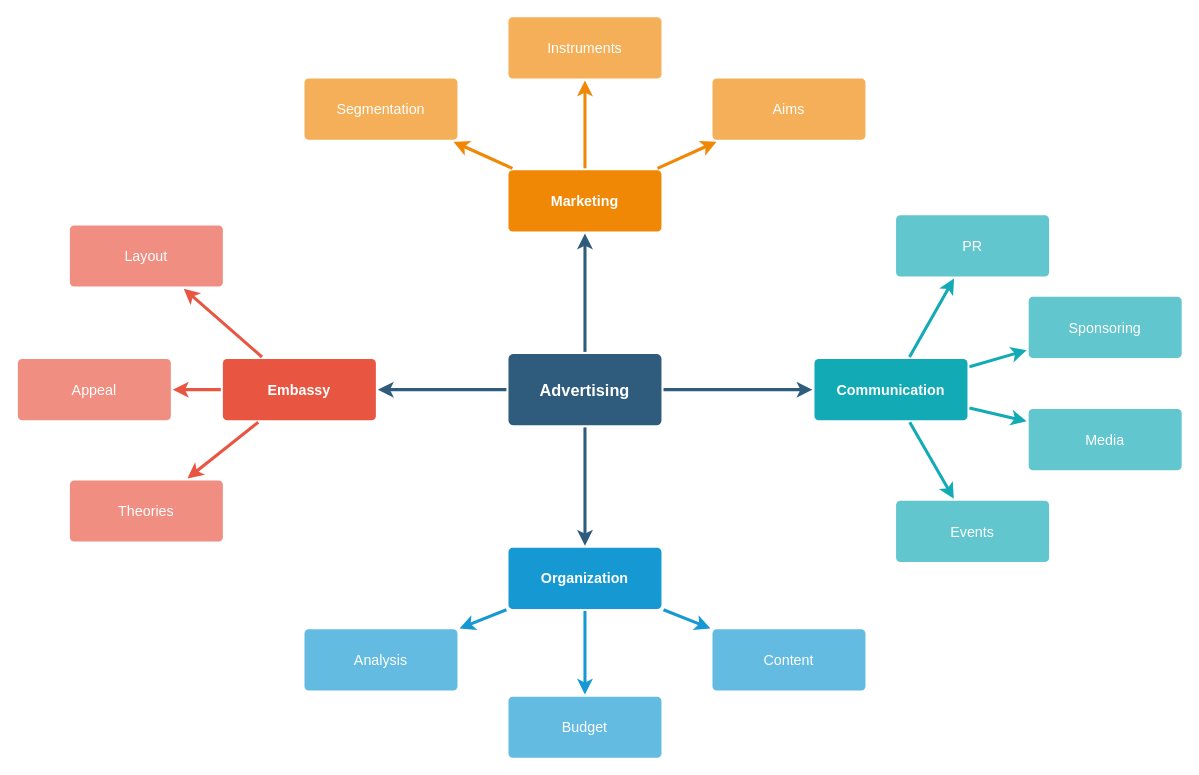
Earlier version of the draw.io diagram page "1-研究内容思维导图" (1 of 2) of Untitled Diagram.drawio (ScarboroughCoral/Draw.io.Storage). Source tidied: cells renumbered, new cells numbered last; positions are measured from the earlier drawing's top-left corner, leaving out a move shared by most shapes. Both pictures are drawn from the tidied source at 102%, with x=0, y=0 at pixel (17, 16).
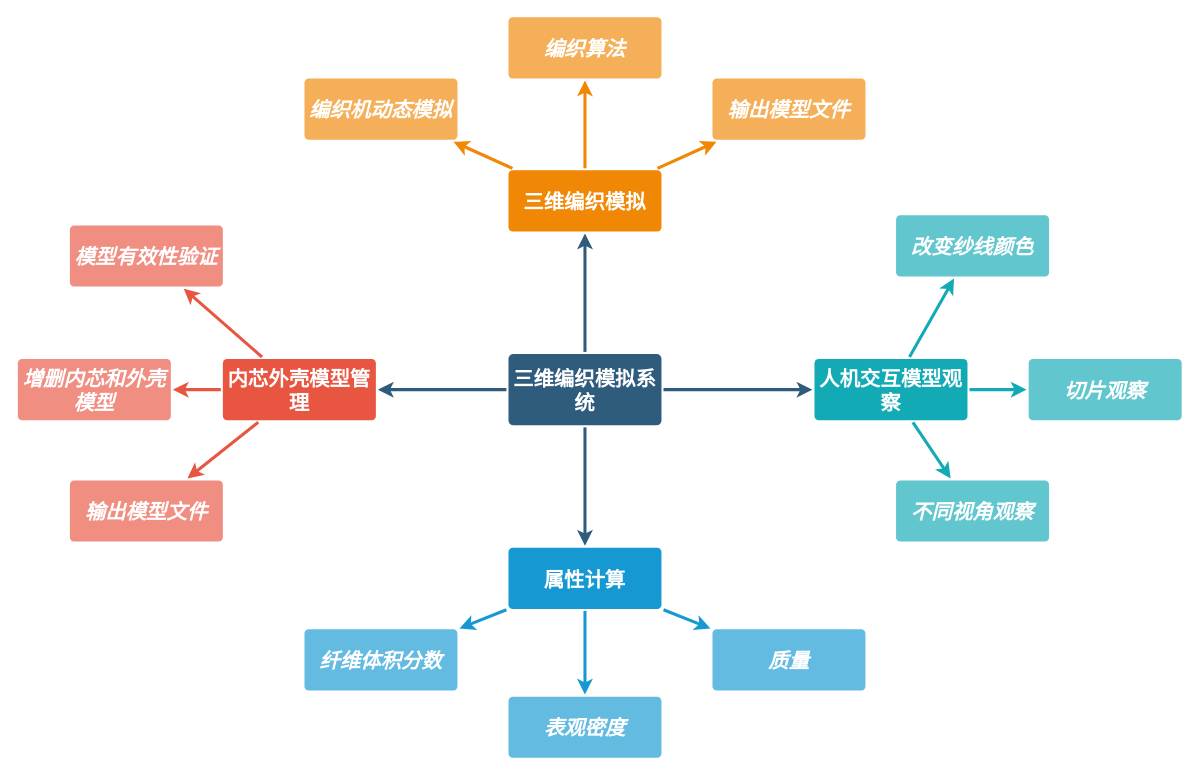
The same page after the edit.

What changed in the source:
```diff
@@
-    <mxCell id="2" style="edgeStyle=none;rounded=0;jumpStyle=none;html=1;shadow=0;labelBackgroundColor=none;startArrow=none;startFill=0;endArrow=classic;endFill=1;jettySize=auto;strokeColor=#2F5B7C;strokeWidth=3;fontFamily=Helvetica;fontSize=16;fontColor=#23445D;spacing=5;" parent="1" edge="1" source="6" target="21">
+    <mxCell id="2" style="edgeStyle=none;rounded=0;jumpStyle=none;html=1;shadow=0;labelBackgroundColor=none;startArrow=none;startFill=0;endArrow=classic;endFill=1;jettySize=auto;strokeColor=#2F5B7C;strokeWidth=3;fontFamily=Helvetica;fontSize=20;fontColor=#23445D;spacing=5;fontStyle=3;" parent="1" edge="1" source="6" target="21">
       <mxGeometry relative="1" as="geometry" />
     </mxCell>
-    <mxCell id="3" style="edgeStyle=none;rounded=0;jumpStyle=none;html=1;shadow=0;labelBackgroundColor=none;startArrow=none;startFill=0;endArrow=classic;endFill=1;jettySize=auto;strokeColor=#2F5B7C;strokeWidth=3;fontFamily=Helvetica;fontSize=16;fontColor=#23445D;spacing=5;" parent="1" edge="1" source="6" target="28">
+    <mxCell id="3" style="edgeStyle=none;rounded=0;jumpStyle=none;html=1;shadow=0;labelBackgroundColor=none;startArrow=none;startFill=0;endArrow=classic;endFill=1;jettySize=auto;strokeColor=#2F5B7C;strokeWidth=3;fontFamily=Helvetica;fontSize=20;fontColor=#23445D;spacing=5;fontStyle=3;" parent="1" edge="1" source="6" target="28">
       <mxGeometry relative="1" as="geometry" />
     </mxCell>
-    <mxCell id="4" style="edgeStyle=none;rounded=0;jumpStyle=none;html=1;shadow=0;labelBackgroundColor=none;startArrow=none;startFill=0;endArrow=classic;endFill=1;jettySize=auto;strokeColor=#2F5B7C;strokeWidth=3;fontFamily=Helvetica;fontSize=16;fontColor=#23445D;spacing=5;" parent="1" edge="1" source="6" target="17">
+    <mxCell id="4" style="edgeStyle=none;rounded=0;jumpStyle=none;html=1;shadow=0;labelBackgroundColor=none;startArrow=none;startFill=0;endArrow=classic;endFill=1;jettySize=auto;strokeColor=#2F5B7C;strokeWidth=3;fontFamily=Helvetica;fontSize=20;fontColor=#23445D;spacing=5;fontStyle=3;" parent="1" edge="1" source="6" target="17">
       <mxGeometry relative="1" as="geometry" />
     </mxCell>
-    <mxCell id="5" style="edgeStyle=none;rounded=0;jumpStyle=none;html=1;shadow=0;labelBackgroundColor=none;startArrow=none;startFill=0;endArrow=classic;endFill=1;jettySize=auto;strokeColor=#2F5B7C;strokeWidth=3;fontFamily=Helvetica;fontSize=16;fontColor=#23445D;spacing=5;" parent="1" edge="1" source="6" target="10">
+    <mxCell id="5" style="edgeStyle=none;rounded=0;jumpStyle=none;html=1;shadow=0;labelBackgroundColor=none;startArrow=none;startFill=0;endArrow=classic;endFill=1;jettySize=auto;strokeColor=#2F5B7C;strokeWidth=3;fontFamily=Helvetica;fontSize=20;fontColor=#23445D;spacing=5;fontStyle=3;" parent="1" edge="1" source="6" target="10">
       <mxGeometry relative="1" as="geometry" />
     </mxCell>
-    <mxCell id="6" value="Advertising" style="rounded=1;whiteSpace=wrap;html=1;shadow=0;labelBackgroundColor=none;strokeColor=none;strokeWidth=3;fillColor=#2F5B7C;fontFamily=Helvetica;fontSize=16;fontColor=#FFFFFF;align=center;fontStyle=1;spacing=5;arcSize=7;perimeterSpacing=2;" parent="1" vertex="1">
+    <mxCell id="6" value="三维编织模拟系统" style="rounded=1;whiteSpace=wrap;html=1;shadow=0;labelBackgroundColor=none;strokeColor=none;strokeWidth=3;fillColor=#2F5B7C;fontFamily=Helvetica;fontSize=20;fontColor=#FFFFFF;align=center;fontStyle=1;spacing=5;arcSize=7;perimeterSpacing=2;" parent="1" vertex="1">
       <mxGeometry x="481" y="330.5" width="150" height="70" as="geometry" />
     </mxCell>
-    <mxCell id="7" style="edgeStyle=none;rounded=1;jumpStyle=none;html=1;shadow=0;labelBackgroundColor=none;startArrow=none;startFill=0;jettySize=auto;strokeColor=#E85642;strokeWidth=3;fontFamily=Helvetica;fontSize=14;fontColor=#FFFFFF;spacing=5;fontStyle=1;fillColor=#b0e3e6;" parent="1" edge="1" source="10" target="13">
+    <mxCell id="7" style="edgeStyle=none;rounded=1;jumpStyle=none;html=1;shadow=0;labelBackgroundColor=none;startArrow=none;startFill=0;jettySize=auto;strokeColor=#E85642;strokeWidth=3;fontFamily=Helvetica;fontSize=20;fontColor=#FFFFFF;spacing=5;fontStyle=3;fillColor=#b0e3e6;" parent="1" edge="1" source="10" target="13">
       <mxGeometry relative="1" as="geometry" />
     </mxCell>
-    <mxCell id="8" style="edgeStyle=none;rounded=1;jumpStyle=none;html=1;shadow=0;labelBackgroundColor=none;startArrow=none;startFill=0;jettySize=auto;strokeColor=#E85642;strokeWidth=3;fontFamily=Helvetica;fontSize=14;fontColor=#FFFFFF;spacing=5;fontStyle=1;fillColor=#b0e3e6;" parent="1" edge="1" source="10" target="12">
+    <mxCell id="8" style="edgeStyle=none;rounded=1;jumpStyle=none;html=1;shadow=0;labelBackgroundColor=none;startArrow=none;startFill=0;jettySize=auto;strokeColor=#E85642;strokeWidth=3;fontFamily=Helvetica;fontSize=20;fontColor=#FFFFFF;spacing=5;fontStyle=3;fillColor=#b0e3e6;" parent="1" edge="1" source="10" target="12">
       <mxGeometry relative="1" as="geometry" />
     </mxCell>
-    <mxCell id="9" style="edgeStyle=none;rounded=1;jumpStyle=none;html=1;shadow=0;labelBackgroundColor=none;startArrow=none;startFill=0;jettySize=auto;strokeColor=#E85642;strokeWidth=3;fontFamily=Helvetica;fontSize=14;fontColor=#FFFFFF;spacing=5;fontStyle=1;fillColor=#b0e3e6;" parent="1" edge="1" source="10" target="11">
+    <mxCell id="9" style="edgeStyle=none;rounded=1;jumpStyle=none;html=1;shadow=0;labelBackgroundColor=none;startArrow=none;startFill=0;jettySize=auto;strokeColor=#E85642;strokeWidth=3;fontFamily=Helvetica;fontSize=20;fontColor=#FFFFFF;spacing=5;fontStyle=3;fillColor=#b0e3e6;" parent="1" edge="1" source="10" target="11">
       <mxGeometry relative="1" as="geometry" />
     </mxCell>
-    <mxCell id="10" value="Embassy" style="rounded=1;whiteSpace=wrap;html=1;shadow=0;labelBackgroundColor=none;strokeColor=none;strokeWidth=3;fillColor=#e85642;fontFamily=Helvetica;fontSize=14;fontColor=#FFFFFF;align=center;spacing=5;fontStyle=1;arcSize=7;perimeterSpacing=2;" parent="1" vertex="1">
+    <mxCell id="10" value="内芯外壳模型管理" style="rounded=1;whiteSpace=wrap;html=1;shadow=0;labelBackgroundColor=none;strokeColor=none;strokeWidth=3;fillColor=#e85642;fontFamily=Helvetica;fontSize=20;fontColor=#FFFFFF;align=center;spacing=5;fontStyle=1;arcSize=7;perimeterSpacing=2;" parent="1" vertex="1">
       <mxGeometry x="201" y="335.5" width="150" height="60" as="geometry" />
     </mxCell>
-    <mxCell id="11" value="Theories" style="rounded=1;whiteSpace=wrap;html=1;shadow=0;labelBackgroundColor=none;strokeColor=none;strokeWidth=3;fillColor=#f08e81;fontFamily=Helvetica;fontSize=14;fontColor=#FFFFFF;align=center;spacing=5;fontStyle=0;arcSize=7;perimeterSpacing=2;" parent="1" vertex="1">
+    <mxCell id="11" value="输出模型文件" style="rounded=1;whiteSpace=wrap;html=1;shadow=0;labelBackgroundColor=none;strokeColor=none;strokeWidth=3;fillColor=#f08e81;fontFamily=Helvetica;fontSize=20;fontColor=#FFFFFF;align=center;spacing=5;fontStyle=3;arcSize=7;perimeterSpacing=2;" parent="1" vertex="1">
       <mxGeometry x="51" y="454.5" width="150" height="60" as="geometry" />
     </mxCell>
-    <mxCell id="12" value="Appeal" style="rounded=1;whiteSpace=wrap;html=1;shadow=0;labelBackgroundColor=none;strokeColor=none;strokeWidth=3;fillColor=#f08e81;fontFamily=Helvetica;fontSize=14;fontColor=#FFFFFF;align=center;spacing=5;fontStyle=0;arcSize=7;perimeterSpacing=2;" parent="1" vertex="1">
+    <mxCell id="12" value="增删内芯和外壳模型" style="rounded=1;whiteSpace=wrap;html=1;shadow=0;labelBackgroundColor=none;strokeColor=none;strokeWidth=3;fillColor=#f08e81;fontFamily=Helvetica;fontSize=20;fontColor=#FFFFFF;align=center;spacing=5;fontStyle=3;arcSize=7;perimeterSpacing=2;" parent="1" vertex="1">
       <mxGeometry y="335.5" width="150" height="60" as="geometry" />
     </mxCell>
-    <mxCell id="13" value="Layout" style="rounded=1;whiteSpace=wrap;html=1;shadow=0;labelBackgroundColor=none;strokeColor=none;strokeWidth=3;fillColor=#f08e81;fontFamily=Helvetica;fontSize=14;fontColor=#FFFFFF;align=center;spacing=5;fontStyle=0;arcSize=7;perimeterSpacing=2;" parent="1" vertex="1">
+    <mxCell id="13" value="模型有效性验证" style="rounded=1;whiteSpace=wrap;html=1;shadow=0;labelBackgroundColor=none;strokeColor=none;strokeWidth=3;fillColor=#f08e81;fontFamily=Helvetica;fontSize=20;fontColor=#FFFFFF;align=center;spacing=5;fontStyle=3;arcSize=7;perimeterSpacing=2;" parent="1" vertex="1">
       <mxGeometry x="51" y="204.5" width="150" height="60" as="geometry" />
     </mxCell>
-    <mxCell id="14" style="edgeStyle=none;rounded=0;jumpStyle=none;html=1;shadow=0;labelBackgroundColor=none;startArrow=none;startFill=0;endArrow=classic;endFill=1;jettySize=auto;strokeColor=#1699D3;strokeWidth=3;fontFamily=Helvetica;fontSize=14;fontColor=#FFFFFF;spacing=5;" parent="1" edge="1" source="17" target="20">
+    <mxCell id="14" style="edgeStyle=none;rounded=0;jumpStyle=none;html=1;shadow=0;labelBackgroundColor=none;startArrow=none;startFill=0;endArrow=classic;endFill=1;jettySize=auto;strokeColor=#1699D3;strokeWidth=3;fontFamily=Helvetica;fontSize=20;fontColor=#FFFFFF;spacing=5;fontStyle=3;" parent="1" edge="1" source="17" target="20">
       <mxGeometry relative="1" as="geometry" />
     </mxCell>
-    <mxCell id="15" style="edgeStyle=none;rounded=0;jumpStyle=none;html=1;shadow=0;labelBackgroundColor=none;startArrow=none;startFill=0;endArrow=classic;endFill=1;jettySize=auto;strokeColor=#1699D3;strokeWidth=3;fontFamily=Helvetica;fontSize=14;fontColor=#FFFFFF;spacing=5;" parent="1" edge="1" source="17" target="19">
+    <mxCell id="15" style="edgeStyle=none;rounded=0;jumpStyle=none;html=1;shadow=0;labelBackgroundColor=none;startArrow=none;startFill=0;endArrow=classic;endFill=1;jettySize=auto;strokeColor=#1699D3;strokeWidth=3;fontFamily=Helvetica;fontSize=20;fontColor=#FFFFFF;spacing=5;fontStyle=3;" parent="1" edge="1" source="17" target="19">
       <mxGeometry relative="1" as="geometry" />
     </mxCell>
-    <mxCell id="16" style="edgeStyle=none;rounded=0;jumpStyle=none;html=1;shadow=0;labelBackgroundColor=none;startArrow=none;startFill=0;endArrow=classic;endFill=1;jettySize=auto;strokeColor=#1699D3;strokeWidth=3;fontFamily=Helvetica;fontSize=14;fontColor=#FFFFFF;spacing=5;" parent="1" edge="1" source="17" target="18">
+    <mxCell id="16" style="edgeStyle=none;rounded=0;jumpStyle=none;html=1;shadow=0;labelBackgroundColor=none;startArrow=none;startFill=0;endArrow=classic;endFill=1;jettySize=auto;strokeColor=#1699D3;strokeWidth=3;fontFamily=Helvetica;fontSize=20;fontColor=#FFFFFF;spacing=5;fontStyle=3;" parent="1" edge="1" source="17" target="18">
       <mxGeometry relative="1" as="geometry" />
     </mxCell>
-    <mxCell id="17" value="Organization" style="rounded=1;whiteSpace=wrap;html=1;shadow=0;labelBackgroundColor=none;strokeColor=none;strokeWidth=3;fillColor=#1699d3;fontFamily=Helvetica;fontSize=14;fontColor=#FFFFFF;align=center;spacing=5;fontStyle=1;arcSize=7;perimeterSpacing=2;" parent="1" vertex="1">
+    <mxCell id="17" value="属性计算" style="rounded=1;whiteSpace=wrap;html=1;shadow=0;labelBackgroundColor=none;strokeColor=none;strokeWidth=3;fillColor=#1699d3;fontFamily=Helvetica;fontSize=20;fontColor=#FFFFFF;align=center;spacing=5;fontStyle=1;arcSize=7;perimeterSpacing=2;" parent="1" vertex="1">
       <mxGeometry x="481" y="520.5" width="150" height="60" as="geometry" />
     </mxCell>
-    <mxCell id="18" value="Content" style="rounded=1;whiteSpace=wrap;html=1;shadow=0;labelBackgroundColor=none;strokeColor=none;strokeWidth=3;fillColor=#64bbe2;fontFamily=Helvetica;fontSize=14;fontColor=#FFFFFF;align=center;spacing=5;arcSize=7;perimeterSpacing=2;" parent="1" vertex="1">
+    <mxCell id="18" value="质量" style="rounded=1;whiteSpace=wrap;html=1;shadow=0;labelBackgroundColor=none;strokeColor=none;strokeWidth=3;fillColor=#64bbe2;fontFamily=Helvetica;fontSize=20;fontColor=#FFFFFF;align=center;spacing=5;arcSize=7;perimeterSpacing=2;fontStyle=3;" parent="1" vertex="1">
       <mxGeometry x="681" y="600.5" width="150" height="60" as="geometry" />
     </mxCell>
-    <mxCell id="19" value="Budget" style="rounded=1;whiteSpace=wrap;html=1;shadow=0;labelBackgroundColor=none;strokeColor=none;strokeWidth=3;fillColor=#64bbe2;fontFamily=Helvetica;fontSize=14;fontColor=#FFFFFF;align=center;spacing=5;arcSize=7;perimeterSpacing=2;" parent="1" vertex="1">
+    <mxCell id="19" value="表观密度" style="rounded=1;whiteSpace=wrap;html=1;shadow=0;labelBackgroundColor=none;strokeColor=none;strokeWidth=3;fillColor=#64bbe2;fontFamily=Helvetica;fontSize=20;fontColor=#FFFFFF;align=center;spacing=5;arcSize=7;perimeterSpacing=2;fontStyle=3;" parent="1" vertex="1">
       <mxGeometry x="481" y="666.5" width="150" height="60" as="geometry" />
     </mxCell>
-    <mxCell id="20" value="Analysis" style="rounded=1;whiteSpace=wrap;html=1;shadow=0;labelBackgroundColor=none;strokeColor=none;strokeWidth=3;fillColor=#64bbe2;fontFamily=Helvetica;fontSize=14;fontColor=#FFFFFF;align=center;spacing=5;arcSize=7;perimeterSpacing=2;" parent="1" vertex="1">
+    <mxCell id="20" value="纤维体积分数" style="rounded=1;whiteSpace=wrap;html=1;shadow=0;labelBackgroundColor=none;strokeColor=none;strokeWidth=3;fillColor=#64bbe2;fontFamily=Helvetica;fontSize=20;fontColor=#FFFFFF;align=center;spacing=5;arcSize=7;perimeterSpacing=2;fontStyle=3;" parent="1" vertex="1">
       <mxGeometry x="281" y="600.5" width="150" height="60" as="geometry" />
     </mxCell>
-    <mxCell id="21" value="Marketing" style="rounded=1;whiteSpace=wrap;html=1;shadow=0;labelBackgroundColor=none;strokeColor=none;strokeWidth=3;fillColor=#F08705;fontFamily=Helvetica;fontSize=14;fontColor=#FFFFFF;align=center;spacing=5;fontStyle=1;arcSize=7;perimeterSpacing=2;" parent="1" vertex="1">
+    <mxCell id="21" value="三维编织模拟" style="rounded=1;whiteSpace=wrap;html=1;shadow=0;labelBackgroundColor=none;strokeColor=none;strokeWidth=3;fillColor=#F08705;fontFamily=Helvetica;fontSize=20;fontColor=#FFFFFF;align=center;spacing=5;fontStyle=1;arcSize=7;perimeterSpacing=2;" parent="1" vertex="1">
       <mxGeometry x="481" y="150.5" width="150" height="60" as="geometry" />
     </mxCell>
-    <mxCell id="22" value="Aims&lt;br&gt;" style="rounded=1;whiteSpace=wrap;html=1;shadow=0;labelBackgroundColor=none;strokeColor=none;strokeWidth=3;fillColor=#f5af58;fontFamily=Helvetica;fontSize=14;fontColor=#FFFFFF;align=center;spacing=5;arcSize=7;perimeterSpacing=2;" parent="1" vertex="1">
+    <mxCell id="22" value="输出模型文件" style="rounded=1;whiteSpace=wrap;html=1;shadow=0;labelBackgroundColor=none;strokeColor=none;strokeWidth=3;fillColor=#f5af58;fontFamily=Helvetica;fontSize=20;fontColor=#FFFFFF;align=center;spacing=5;arcSize=7;perimeterSpacing=2;fontStyle=3;" parent="1" vertex="1">
       <mxGeometry x="681" y="60.5" width="150" height="60" as="geometry" />
     </mxCell>
-    <mxCell id="23" style="edgeStyle=none;rounded=0;jumpStyle=none;html=1;shadow=0;labelBackgroundColor=none;startArrow=none;startFill=0;endArrow=classic;endFill=1;jettySize=auto;strokeColor=#F08705;strokeWidth=3;fontFamily=Helvetica;fontSize=14;fontColor=#FFFFFF;spacing=5;" parent="1" edge="1" source="21" target="22">
+    <mxCell id="23" style="edgeStyle=none;rounded=0;jumpStyle=none;html=1;shadow=0;labelBackgroundColor=none;startArrow=none;startFill=0;endArrow=classic;endFill=1;jettySize=auto;strokeColor=#F08705;strokeWidth=3;fontFamily=Helvetica;fontSize=20;fontColor=#FFFFFF;spacing=5;fontStyle=3;" parent="1" edge="1" source="21" target="22">
       <mxGeometry relative="1" as="geometry" />
     </mxCell>
-    <mxCell id="24" value="Instruments" style="rounded=1;whiteSpace=wrap;html=1;shadow=0;labelBackgroundColor=none;strokeColor=none;strokeWidth=3;fillColor=#f5af58;fontFamily=Helvetica;fontSize=14;fontColor=#FFFFFF;align=center;spacing=5;arcSize=7;perimeterSpacing=2;" parent="1" vertex="1">
+    <mxCell id="24" value="编织算法" style="rounded=1;whiteSpace=wrap;html=1;shadow=0;labelBackgroundColor=none;strokeColor=none;strokeWidth=3;fillColor=#f5af58;fontFamily=Helvetica;fontSize=20;fontColor=#FFFFFF;align=center;spacing=5;arcSize=7;perimeterSpacing=2;fontStyle=3;" parent="1" vertex="1">
       <mxGeometry x="481" y="0.5" width="150" height="60" as="geometry" />
     </mxCell>
-    <mxCell id="25" style="edgeStyle=none;rounded=0;jumpStyle=none;html=1;shadow=0;labelBackgroundColor=none;startArrow=none;startFill=0;endArrow=classic;endFill=1;jettySize=auto;strokeColor=#F08705;strokeWidth=3;fontFamily=Helvetica;fontSize=14;fontColor=#FFFFFF;spacing=5;" parent="1" edge="1" source="21" target="24">
+    <mxCell id="25" style="edgeStyle=none;rounded=0;jumpStyle=none;html=1;shadow=0;labelBackgroundColor=none;startArrow=none;startFill=0;endArrow=classic;endFill=1;jettySize=auto;strokeColor=#F08705;strokeWidth=3;fontFamily=Helvetica;fontSize=20;fontColor=#FFFFFF;spacing=5;fontStyle=3;" parent="1" edge="1" source="21" target="24">
       <mxGeometry relative="1" as="geometry" />
     </mxCell>
-    <mxCell id="26" value="Segmentation" style="rounded=1;whiteSpace=wrap;html=1;shadow=0;labelBackgroundColor=none;strokeColor=none;strokeWidth=3;fillColor=#f5af58;fontFamily=Helvetica;fontSize=14;fontColor=#FFFFFF;align=center;spacing=5;arcSize=7;perimeterSpacing=2;" parent="1" vertex="1">
+    <mxCell id="26" value="编织机动态模拟" style="rounded=1;whiteSpace=wrap;html=1;shadow=0;labelBackgroundColor=none;strokeColor=none;strokeWidth=3;fillColor=#f5af58;fontFamily=Helvetica;fontSize=20;fontColor=#FFFFFF;align=center;spacing=5;arcSize=7;perimeterSpacing=2;fontStyle=3;" parent="1" vertex="1">
       <mxGeometry x="281" y="60.5" width="150" height="60" as="geometry" />
     </mxCell>
-    <mxCell id="27" style="edgeStyle=none;rounded=0;jumpStyle=none;html=1;shadow=0;labelBackgroundColor=none;startArrow=none;startFill=0;endArrow=classic;endFill=1;jettySize=auto;strokeColor=#F08705;strokeWidth=3;fontFamily=Helvetica;fontSize=14;fontColor=#FFFFFF;spacing=5;" parent="1" edge="1" source="21" target="26">
+    <mxCell id="27" style="edgeStyle=none;rounded=0;jumpStyle=none;html=1;shadow=0;labelBackgroundColor=none;startArrow=none;startFill=0;endArrow=classic;endFill=1;jettySize=auto;strokeColor=#F08705;strokeWidth=3;fontFamily=Helvetica;fontSize=20;fontColor=#FFFFFF;spacing=5;fontStyle=3;" parent="1" edge="1" source="21" target="26">
       <mxGeometry relative="1" as="geometry" />
     </mxCell>
-    <mxCell id="28" value="Communication" style="rounded=1;whiteSpace=wrap;html=1;shadow=0;labelBackgroundColor=none;strokeColor=none;strokeWidth=3;fillColor=#12aab5;fontFamily=Helvetica;fontSize=14;fontColor=#FFFFFF;align=center;spacing=5;fontStyle=1;arcSize=7;perimeterSpacing=2;" parent="1" vertex="1">
+    <mxCell id="28" value="人机交互模型观察" style="rounded=1;whiteSpace=wrap;html=1;shadow=0;labelBackgroundColor=none;strokeColor=none;strokeWidth=3;fillColor=#12aab5;fontFamily=Helvetica;fontSize=20;fontColor=#FFFFFF;align=center;spacing=5;fontStyle=1;arcSize=7;perimeterSpacing=2;" parent="1" vertex="1">
       <mxGeometry x="781" y="335.5" width="150" height="60" as="geometry" />
     </mxCell>
-    <mxCell id="29" value="Events" style="rounded=1;whiteSpace=wrap;html=1;shadow=0;labelBackgroundColor=none;strokeColor=none;strokeWidth=3;fillColor=#61c6ce;fontFamily=Helvetica;fontSize=14;fontColor=#FFFFFF;align=center;spacing=5;fontStyle=0;arcSize=7;perimeterSpacing=2;" parent="1" vertex="1">
-      <mxGeometry x="861" y="474.5" width="150" height="60" as="geometry" />
-    </mxCell>
-    <mxCell id="30" style="edgeStyle=none;rounded=1;jumpStyle=none;html=1;shadow=0;labelBackgroundColor=none;startArrow=none;startFill=0;jettySize=auto;strokeColor=#12AAB5;strokeWidth=3;fontFamily=Helvetica;fontSize=14;fontColor=#FFFFFF;spacing=5;fontStyle=1;fillColor=#b0e3e6;" parent="1" edge="1" source="28" target="29">
-      <mxGeometry relative="1" as="geometry" />
-    </mxCell>
-    <mxCell id="31" value="Media" style="rounded=1;whiteSpace=wrap;html=1;shadow=0;labelBackgroundColor=none;strokeColor=none;strokeWidth=3;fillColor=#61c6ce;fontFamily=Helvetica;fontSize=14;fontColor=#FFFFFF;align=center;spacing=5;fontStyle=0;arcSize=7;perimeterSpacing=2;" parent="1" vertex="1">
-      <mxGeometry x="991" y="384.5" width="150" height="60" as="geometry" />
+    <mxCell id="31" value="不同视角观察" style="rounded=1;whiteSpace=wrap;html=1;shadow=0;labelBackgroundColor=none;strokeColor=none;strokeWidth=3;fillColor=#61c6ce;fontFamily=Helvetica;fontSize=20;fontColor=#FFFFFF;align=center;spacing=5;fontStyle=3;arcSize=7;perimeterSpacing=2;" parent="1" vertex="1">
+      <mxGeometry x="861" y="454.5" width="150" height="60" as="geometry" />
     </mxCell>
-    <mxCell id="32" style="edgeStyle=none;rounded=1;jumpStyle=none;html=1;shadow=0;labelBackgroundColor=none;startArrow=none;startFill=0;jettySize=auto;strokeColor=#12AAB5;strokeWidth=3;fontFamily=Helvetica;fontSize=14;fontColor=#FFFFFF;spacing=5;fontStyle=1;fillColor=#b0e3e6;" parent="1" edge="1" source="28" target="31">
+    <mxCell id="32" style="edgeStyle=none;rounded=1;jumpStyle=none;html=1;shadow=0;labelBackgroundColor=none;startArrow=none;startFill=0;jettySize=auto;strokeColor=#12AAB5;strokeWidth=3;fontFamily=Helvetica;fontSize=20;fontColor=#FFFFFF;spacing=5;fontStyle=3;fillColor=#b0e3e6;" parent="1" edge="1" source="28" target="31">
       <mxGeometry relative="1" as="geometry" />
     </mxCell>
-    <mxCell id="33" value="Sponsoring" style="rounded=1;whiteSpace=wrap;html=1;shadow=0;labelBackgroundColor=none;strokeColor=none;strokeWidth=3;fillColor=#61c6ce;fontFamily=Helvetica;fontSize=14;fontColor=#FFFFFF;align=center;spacing=5;fontStyle=0;arcSize=7;perimeterSpacing=2;" parent="1" vertex="1">
-      <mxGeometry x="991" y="274.5" width="150" height="60" as="geometry" />
+    <mxCell id="33" value="切片观察" style="rounded=1;whiteSpace=wrap;html=1;shadow=0;labelBackgroundColor=none;strokeColor=none;strokeWidth=3;fillColor=#61c6ce;fontFamily=Helvetica;fontSize=20;fontColor=#FFFFFF;align=center;spacing=5;fontStyle=3;arcSize=7;perimeterSpacing=2;" parent="1" vertex="1">
+      <mxGeometry x="991" y="335.5" width="150" height="60" as="geometry" />
     </mxCell>
-    <mxCell id="34" style="edgeStyle=none;rounded=1;jumpStyle=none;html=1;shadow=0;labelBackgroundColor=none;startArrow=none;startFill=0;jettySize=auto;strokeColor=#12AAB5;strokeWidth=3;fontFamily=Helvetica;fontSize=14;fontColor=#FFFFFF;spacing=5;fontStyle=1;fillColor=#b0e3e6;" parent="1" edge="1" source="28" target="33">
+    <mxCell id="34" style="edgeStyle=none;rounded=1;jumpStyle=none;html=1;shadow=0;labelBackgroundColor=none;startArrow=none;startFill=0;jettySize=auto;strokeColor=#12AAB5;strokeWidth=3;fontFamily=Helvetica;fontSize=20;fontColor=#FFFFFF;spacing=5;fontStyle=3;fillColor=#b0e3e6;" parent="1" edge="1" source="28" target="33">
       <mxGeometry relative="1" as="geometry" />
     </mxCell>
-    <mxCell id="35" value="PR" style="rounded=1;whiteSpace=wrap;html=1;shadow=0;labelBackgroundColor=none;strokeColor=none;strokeWidth=3;fillColor=#61c6ce;fontFamily=Helvetica;fontSize=14;fontColor=#FFFFFF;align=center;spacing=5;fontStyle=0;arcSize=7;perimeterSpacing=2;" parent="1" vertex="1">
+    <mxCell id="35" value="改变纱线颜色" style="rounded=1;whiteSpace=wrap;html=1;shadow=0;labelBackgroundColor=none;strokeColor=none;strokeWidth=3;fillColor=#61c6ce;fontFamily=Helvetica;fontSize=20;fontColor=#FFFFFF;align=center;spacing=5;fontStyle=3;arcSize=7;perimeterSpacing=2;" parent="1" vertex="1">
       <mxGeometry x="861" y="194.5" width="150" height="60" as="geometry" />
     </mxCell>
-    <mxCell id="36" style="edgeStyle=none;rounded=1;jumpStyle=none;html=1;shadow=0;labelBackgroundColor=none;startArrow=none;startFill=0;jettySize=auto;strokeColor=#12AAB5;strokeWidth=3;fontFamily=Helvetica;fontSize=14;fontColor=#FFFFFF;spacing=5;fontStyle=1;fillColor=#b0e3e6;" parent="1" edge="1" source="28" target="35">
+    <mxCell id="36" style="edgeStyle=none;rounded=1;jumpStyle=none;html=1;shadow=0;labelBackgroundColor=none;startArrow=none;startFill=0;jettySize=auto;strokeColor=#12AAB5;strokeWidth=3;fontFamily=Helvetica;fontSize=20;fontColor=#FFFFFF;spacing=5;fontStyle=3;fillColor=#b0e3e6;" parent="1" edge="1" source="28" target="35">
       <mxGeometry relative="1" as="geometry" />
     </mxCell>
```
